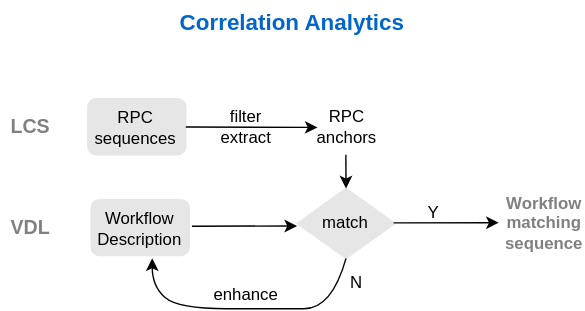
Before: img/analytics-correlation.svg, a diagram exported from draw.io (cloudvista/vaa). Source tidied: cells renumbered, new cells last; positions are measured from the earlier drawing's top-left corner, leaving out a move shared by most shapes.
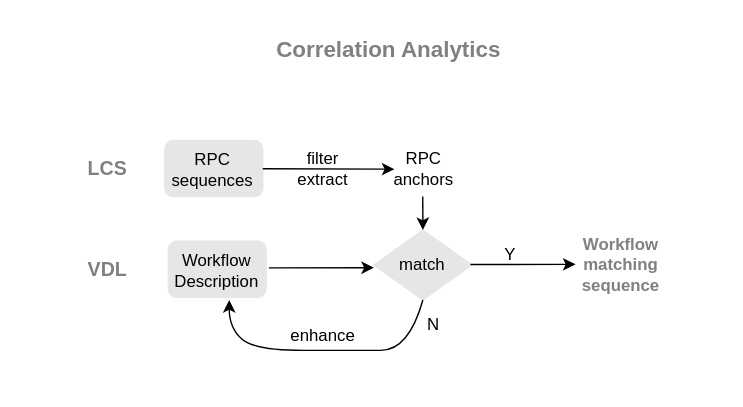
After the change.

The edit, as a diff of the source:
```diff
@@ -2,6 +2,9 @@
   <root>
     <mxCell id="0" />
     <mxCell id="1" parent="0" />
+    <mxCell id="22" style="rounded=1;whiteSpace=wrap;html=1;strokeColor=none;" parent="1" vertex="1">
+      <mxGeometry x="-55" y="-30" width="530" height="290" as="geometry" />
+    </mxCell>
     <mxCell id="2" style="rounded=1;whiteSpace=wrap;html=1;strokeColor=#E6E6E6;fillColor=#E6E6E6;" parent="1" vertex="1">
       <mxGeometry x="64.7" y="142" width="70" height="40" as="geometry" />
     </mxCell>
@@ -77,8 +80,8 @@
     <mxCell id="20" value="&lt;b&gt;&lt;font style=&quot;font-size: 14px;&quot;&gt;VDL&lt;/font&gt;&lt;/b&gt;" style="text;strokeColor=none;align=center;fillColor=none;html=1;verticalAlign=middle;whiteSpace=wrap;rounded=0;fontColor=#808080;" parent="1" vertex="1">
       <mxGeometry y="151.6" width="43" height="20.9" as="geometry" />
     </mxCell>
-    <mxCell id="21" value="&lt;font color=&quot;#0066cc&quot;&gt;&lt;span style=&quot;font-size: 16px;&quot;&gt;&lt;b&gt;Correlation Analytics&lt;/b&gt;&lt;/span&gt;&lt;/font&gt;" style="text;html=1;align=center;verticalAlign=middle;strokeColor=none;fillColor=none;" parent="1" vertex="1">
-      <mxGeometry x="118.2" width="180" height="30" as="geometry" />
+    <mxCell id="21" value="&lt;font style=&quot;font-size: 16px;&quot;&gt;&lt;b style=&quot;&quot;&gt;Correlation Analytics&lt;/b&gt;&lt;/font&gt;" style="text;html=1;align=center;verticalAlign=middle;strokeColor=none;fillColor=none;fontColor=#808080;" parent="1" vertex="1">
+      <mxGeometry x="132.2" y="-10" width="180" height="30" as="geometry" />
     </mxCell>
   </root>
 </mxGraphModel>
```
